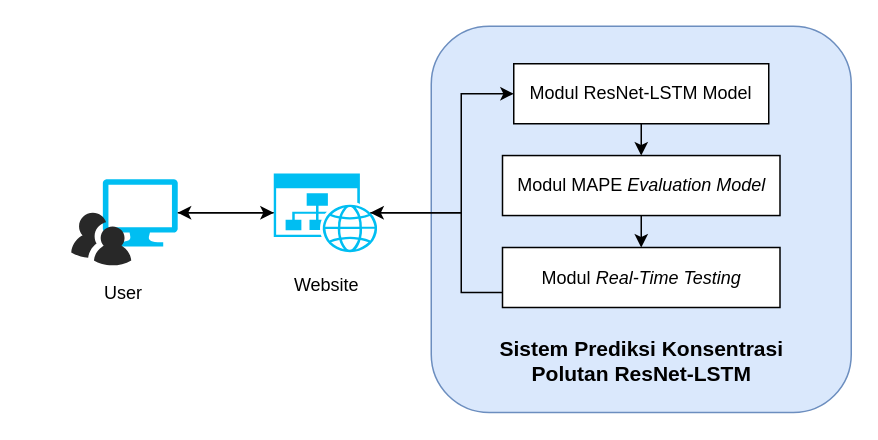
Before: page "Page-13" (13 of 13) of sistem.drawio in lullabymav/skrpsi, a draw.io diagram. Source tidied: cells renumbered, new cells numbered last; positions are measured from the earlier drawing's top-left corner, leaving out a move shared by most shapes. Both pictures are drawn from the tidied source at 150%, with x=0, y=0 at pixel (26, 26).
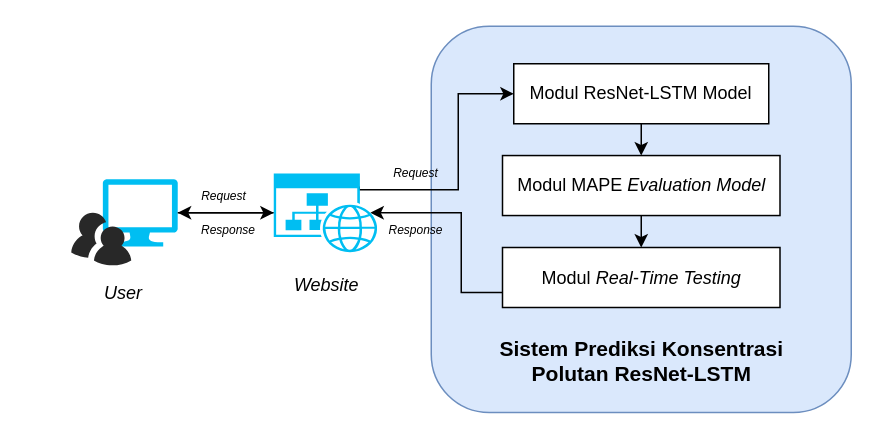
Above is the later version.

Unchanged cells that the change refers to:
```xml
<mxCell id="13" value="Modul ResNet-LSTM Model" style="rounded=0;whiteSpace=wrap;html=1;" parent="1" vertex="1">
  <mxGeometry x="325" y="25" width="170" height="40" as="geometry" />
</mxCell>
```

Diff of the diagram source:
```diff
@@
-    <mxCell id="9" style="verticalLabelPosition=bottom;html=1;verticalAlign=top;align=center;strokeColor=none;fillColor=#00BEF2;shape=mxgraph.azure.website_generic;" parent="1" vertex="1">
-      <mxGeometry x="165" y="98.1" width="70" height="52.5" as="geometry" />
-    </mxCell>
@@
-    <mxCell id="17" style="edgeStyle=orthogonalEdgeStyle;rounded=0;jettySize=auto;html=1;exitX=0.92;exitY=0.5;exitDx=0;exitDy=0;exitPerimeter=0;entryX=0;entryY=0.5;entryDx=0;entryDy=0;" parent="1" edge="1" source="9" target="13">
-      <mxGeometry relative="1" as="geometry">
-        <Array as="points">
-          <mxPoint x="290" y="124.5" />
-          <mxPoint x="290" y="45.5" />
-        </Array>
-      </mxGeometry>
-    </mxCell>
@@
-    <mxCell id="21" value="User" style="text;html=1;align=center;verticalAlign=middle;whiteSpace=wrap;rounded=0;" parent="1" vertex="1">
+    <mxCell id="21" value="User" style="text;html=1;align=center;verticalAlign=middle;whiteSpace=wrap;rounded=0;fontStyle=2;" parent="1" vertex="1">
       <mxGeometry y="162.5" width="130" height="30" as="geometry" />
     </mxCell>
-    <mxCell id="22" value="Website" style="text;html=1;align=center;verticalAlign=middle;whiteSpace=wrap;rounded=0;" parent="1" vertex="1">
+    <mxCell id="22" value="Website" style="text;html=1;align=center;verticalAlign=middle;whiteSpace=wrap;rounded=0;fontStyle=2;" parent="1" vertex="1">
       <mxGeometry x="147.5" y="157.5" width="105" height="30" as="geometry" />
     </mxCell>
+    <mxCell id="17" style="edgeStyle=orthogonalEdgeStyle;rounded=0;jettySize=auto;html=1;exitX=0.71;exitY=0.175;exitDx=0;exitDy=0;exitPerimeter=0;entryX=0;entryY=0.5;entryDx=0;entryDy=0;" parent="1" edge="1" source="9" target="13">
+      <mxGeometry relative="1" as="geometry">
+        <Array as="points">
+          <mxPoint x="222" y="107" />
+          <mxPoint x="222" y="109" />
+          <mxPoint x="288" y="109" />
+          <mxPoint x="288" y="45" />
+        </Array>
+      </mxGeometry>
+    </mxCell>
+    <mxCell id="9" style="verticalLabelPosition=bottom;html=1;verticalAlign=top;align=center;strokeColor=none;fillColor=#00BEF2;shape=mxgraph.azure.website_generic;" parent="1" vertex="1">
+      <mxGeometry x="165" y="98.1" width="70" height="52.5" as="geometry" />
+    </mxCell>
+    <mxCell id="23" value="Request" style="text;html=1;align=center;verticalAlign=middle;whiteSpace=wrap;rounded=0;fontStyle=2;fontSize=8;" parent="1" vertex="1">
+      <mxGeometry x="67" y="98.1" width="130" height="30" as="geometry" />
+    </mxCell>
+    <mxCell id="24" value="Response" style="text;html=1;align=center;verticalAlign=middle;whiteSpace=wrap;rounded=0;fontStyle=2;fontSize=8;" parent="1" vertex="1">
+      <mxGeometry x="70" y="121.2" width="130" height="30" as="geometry" />
+    </mxCell>
+    <mxCell id="25" value="Request" style="text;html=1;align=center;verticalAlign=middle;whiteSpace=wrap;rounded=0;fontStyle=2;fontSize=8;" parent="1" vertex="1">
+      <mxGeometry x="195" y="83" width="130" height="30" as="geometry" />
+    </mxCell>
+    <mxCell id="26" value="Response" style="text;html=1;align=center;verticalAlign=middle;whiteSpace=wrap;rounded=0;fontStyle=2;fontSize=8;" parent="1" vertex="1">
+      <mxGeometry x="195" y="120.6" width="130" height="30" as="geometry" />
+    </mxCell>
```
